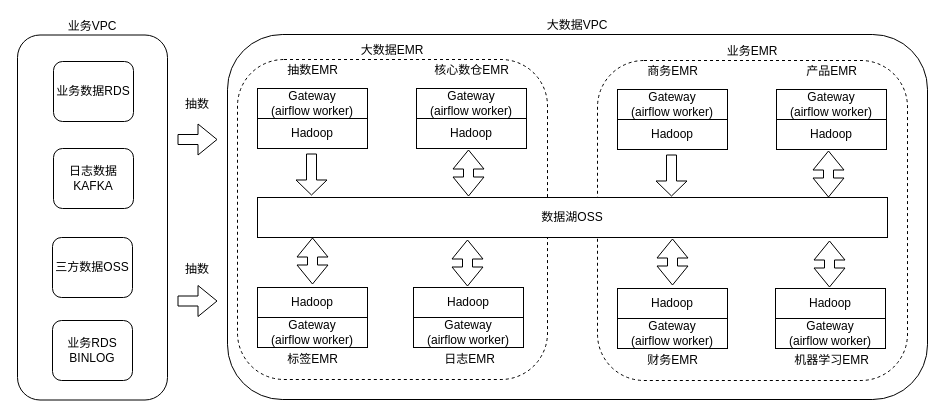
Before: datalake.drawio in jimmycheng603/findmaven, a draw.io diagram. Source tidied: cells renumbered, new cells numbered last; positions are measured from the earlier drawing's top-left corner, leaving out a move shared by most shapes. Both pictures are drawn from the tidied source at 100%, with x=0, y=0 at pixel (17, 34).
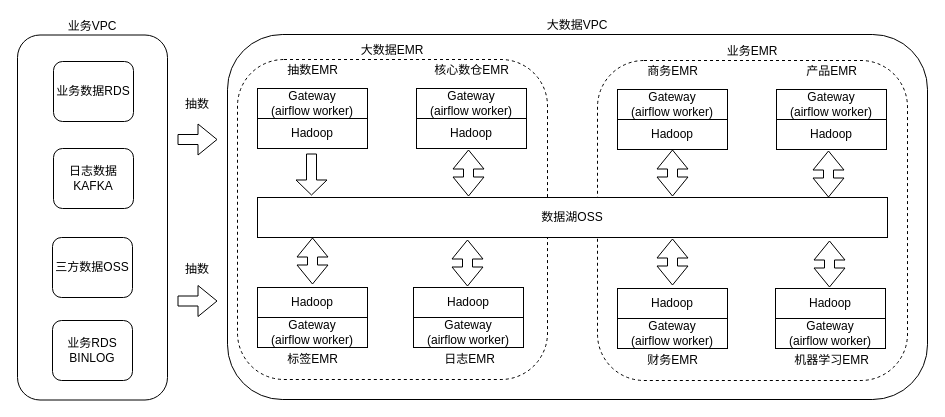
The same diagram, later.

Change to the diagram source:
```diff
@@
-    <mxCell id="5" style="shape=flexArrow;endArrow=classic;html=1;width=10;endSize=4.67;" parent="1" edge="1">
-      <mxGeometry relative="1" as="geometry">
-        <mxPoint x="654" y="120" as="sourcePoint" />
-        <mxPoint x="654" y="162" as="targetPoint" />
-      </mxGeometry>
-    </mxCell>
@@
+    <mxCell id="55" style="shape=flexArrow;endArrow=classic;startArrow=classic;html=1;" parent="1" edge="1">
+      <mxGeometry relative="1" as="geometry">
+        <mxPoint x="655" y="162" as="sourcePoint" />
+        <mxPoint x="655" y="115" as="targetPoint" />
+      </mxGeometry>
+    </mxCell>
```
